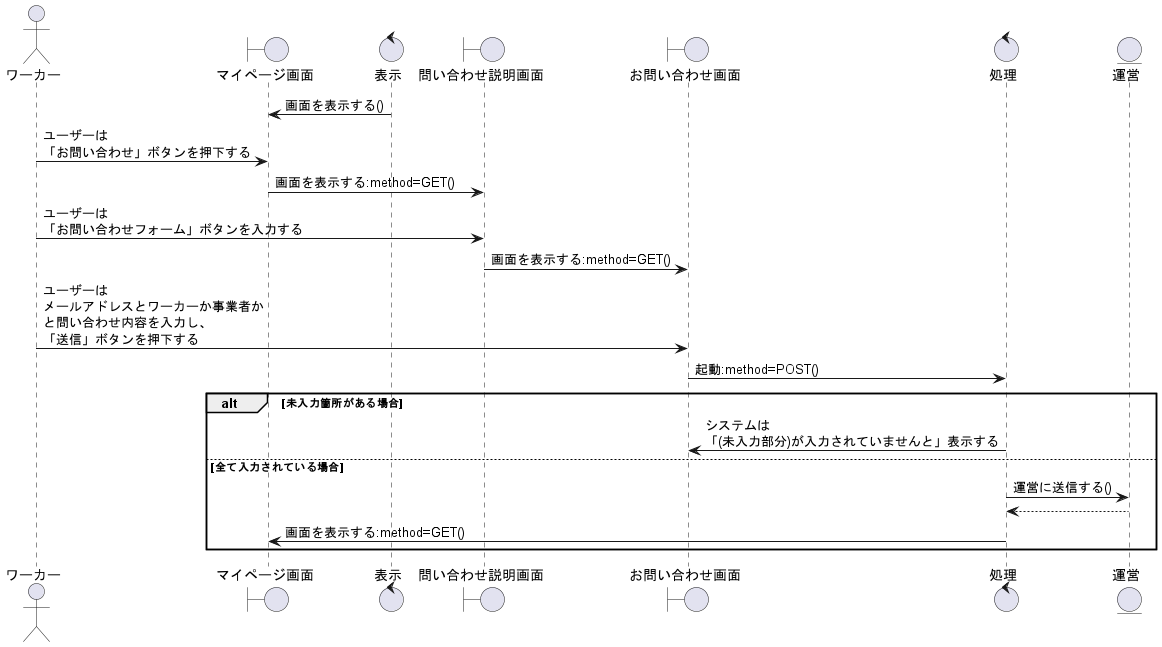
irukacb256/high_Me keeps this PlantUML diagram as out/sequence_fig/7_acconts_fn/13_お問い合わせをする/お問い合わせをする.png. Above is the earlier version. Its diagram source:
```plantuml
@startuml お問い合わせをする

actor ワーカー as wo1

boundary マイページ画面 as bo1
control 表示 as co1
boundary 問い合わせ説明画面 as bo2
boundary お問い合わせ画面 as bo3

control 処理 as co2

entity 運営 as en1

co1 -> bo1:画面を表示する()
wo1 -> bo1:ユーザーは\n「お問い合わせ」ボタンを押下する
bo1 -> bo2:画面を表示する:method=GET()
wo1 -> bo2:ユーザーは\n「お問い合わせフォーム」ボタンを入力する
bo2 -> bo3:画面を表示する:method=GET()

wo1 -> bo3:ユーザーは\nメールアドレスとワーカーか事業者か\nと問い合わせ内容を入力し、\n「送信」ボタンを押下する
bo3 -> co2:起動:method=POST()
alt 未入力箇所がある場合
    co2 -> bo3:システムは\n「(未入力部分)が入力されていませんと」表示する

else 全て入力されている場合
    co2 -> en1:運営に送信する()
    co2 <-- en1
    co2 -> bo1:画面を表示する:method=GET()

end

@enduml
```
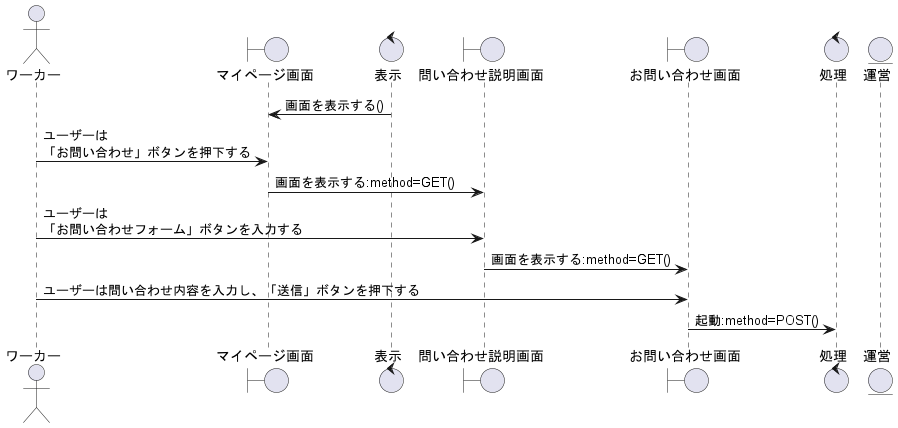
The same diagram one commit later.

Diff of the diagram source:
```diff
@@ -17,16 +17,7 @@
 wo1 -> bo2:ユーザーは\n「お問い合わせフォーム」ボタンを入力する
 bo2 -> bo3:画面を表示する:method=GET()
 
-wo1 -> bo3:ユーザーは\nメールアドレスとワーカーか事業者か\nと問い合わせ内容を入力し、\n「送信」ボタンを押下する
+wo1 -> bo3:ユーザーは問い合わせ内容を入力し、「送信」ボタンを押下する
 bo3 -> co2:起動:method=POST()
-alt 未入力箇所がある場合
-    co2 -> bo3:システムは\n「(未入力部分)が入力されていませんと」表示する
-
-else 全て入力されている場合
-    co2 -> en1:運営に送信する()
-    co2 <-- en1
-    co2 -> bo1:画面を表示する:method=GET()
-
-end
 
 @enduml
```
